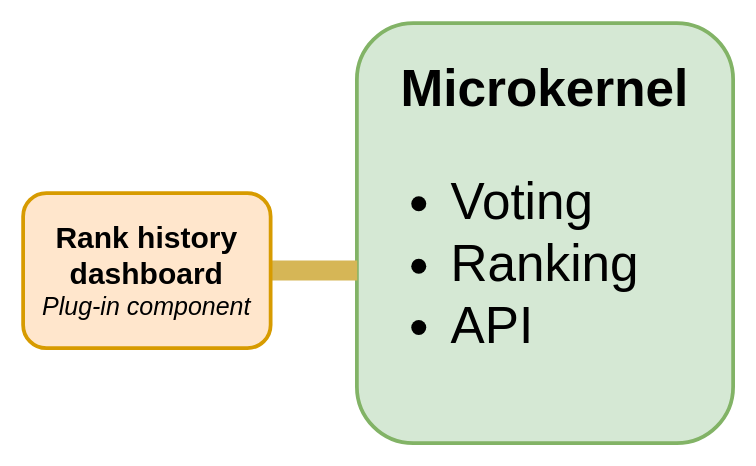
Earlier version of the draw.io diagram microkernel-architecture/diagram-source.drawio (carltheperson/same-app-different-design-patterns). Source tidied: cells renumbered, new cells numbered last; positions are measured from the earlier drawing's top-left corner, leaving out a move shared by most shapes. Both pictures are drawn from the tidied source at 125%, with x=0, y=0 at pixel (22, 22).
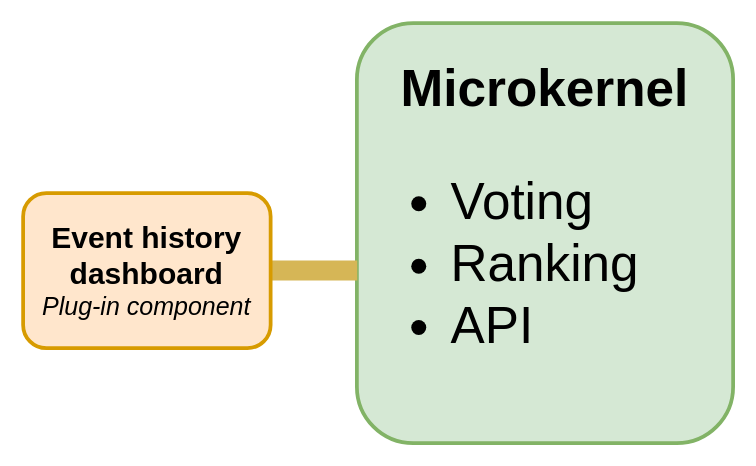
After the change.

Diff of the diagram source:
```diff
@@
 <mxGraphModel>
   <root>
     <mxCell id="0" />
     <mxCell id="1" parent="0" />
     <mxCell id="2" value="&lt;div&gt;&lt;font style=&quot;font-size: 41px&quot;&gt;&lt;b&gt;Microkernel&lt;/b&gt;&lt;/font&gt;&lt;/div&gt;&lt;div align=&quot;left&quot;&gt;&lt;ul style=&quot;font-size: 41px&quot;&gt;&lt;li&gt;&lt;font style=&quot;font-size: 41px&quot;&gt;Voting&lt;/font&gt;&lt;/li&gt;&lt;li&gt;&lt;font style=&quot;font-size: 41px&quot;&gt;Ranking&lt;/font&gt;&lt;/li&gt;&lt;li&gt;&lt;font style=&quot;font-size: 41px&quot;&gt;API&lt;br&gt;&lt;/font&gt;&lt;/li&gt;&lt;/ul&gt;&lt;/div&gt;" style="rounded=1;whiteSpace=wrap;html=1;fillColor=#d5e8d4;strokeColor=#82b366;strokeWidth=3;" parent="1" vertex="1">
       <mxGeometry x="267" width="301" height="336" as="geometry" />
     </mxCell>
     <mxCell id="3" style="rounded=0;jettySize=auto;html=1;strokeWidth=16;endArrow=none;endFill=0;fillColor=#fff2cc;strokeColor=#d6b656;entryX=0.001;entryY=0.589;entryDx=0;entryDy=0;entryPerimeter=0;" parent="1" edge="1" source="4" target="2">
       <mxGeometry relative="1" as="geometry" />
     </mxCell>
-    <mxCell id="4" value="&lt;div style=&quot;font-size: 24px&quot;&gt;&lt;font style=&quot;font-size: 24px&quot;&gt;&lt;b&gt;&lt;font style=&quot;font-size: 24px&quot;&gt;Rank history dashboard&lt;br&gt;&lt;/font&gt;&lt;/b&gt;&lt;/font&gt;&lt;/div&gt;&lt;div&gt;&lt;font style=&quot;font-size: 20px&quot;&gt;&lt;i&gt;&lt;font style=&quot;font-size: 20px&quot;&gt;Plug-in component&lt;/font&gt;&lt;/i&gt;&lt;b&gt;&lt;font style=&quot;font-size: 20px&quot;&gt;&lt;br&gt;&lt;/font&gt;&lt;/b&gt;&lt;/font&gt;&lt;/div&gt;" style="rounded=1;whiteSpace=wrap;html=1;strokeColor=#d79b00;strokeWidth=3;fillColor=#ffe6cc;" parent="1" vertex="1">
+    <mxCell id="4" value="&lt;div style=&quot;font-size: 24px&quot;&gt;&lt;font style=&quot;font-size: 24px&quot;&gt;&lt;b&gt;&lt;font style=&quot;font-size: 24px&quot;&gt;Event history dashboard&lt;br&gt;&lt;/font&gt;&lt;/b&gt;&lt;/font&gt;&lt;/div&gt;&lt;div&gt;&lt;font style=&quot;font-size: 20px&quot;&gt;&lt;i&gt;&lt;font style=&quot;font-size: 20px&quot;&gt;Plug-in component&lt;/font&gt;&lt;/i&gt;&lt;b&gt;&lt;font style=&quot;font-size: 20px&quot;&gt;&lt;br&gt;&lt;/font&gt;&lt;/b&gt;&lt;/font&gt;&lt;/div&gt;" style="rounded=1;whiteSpace=wrap;html=1;strokeColor=#d79b00;strokeWidth=3;fillColor=#ffe6cc;" parent="1" vertex="1">
       <mxGeometry y="136" width="198" height="124" as="geometry" />
     </mxCell>
   </root>
 </mxGraphModel>
```
